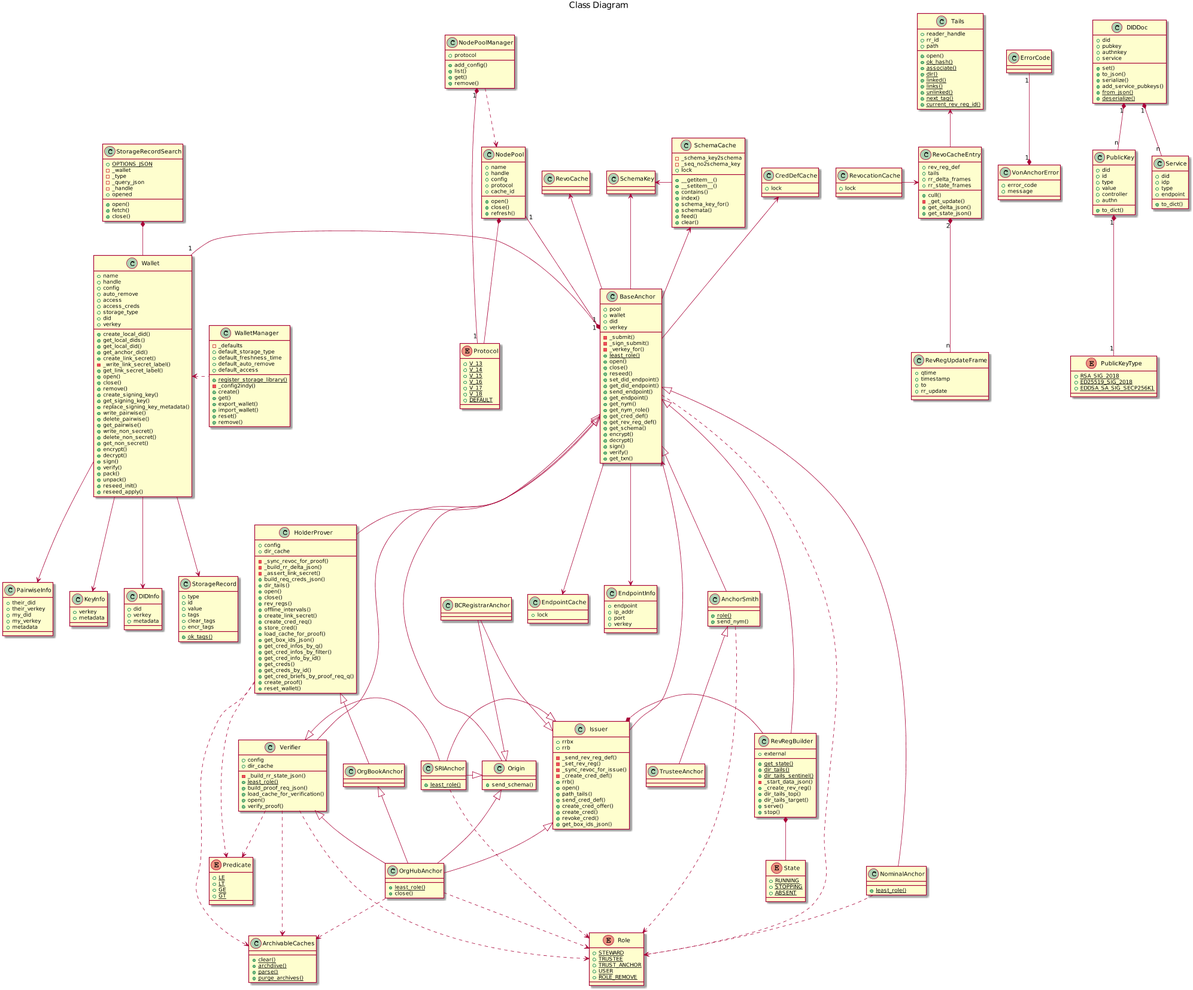
The PlantUML diagram docs/source/pic/class.png in PSPC-SPAC-buyandsell/von_anchor, before a commit.
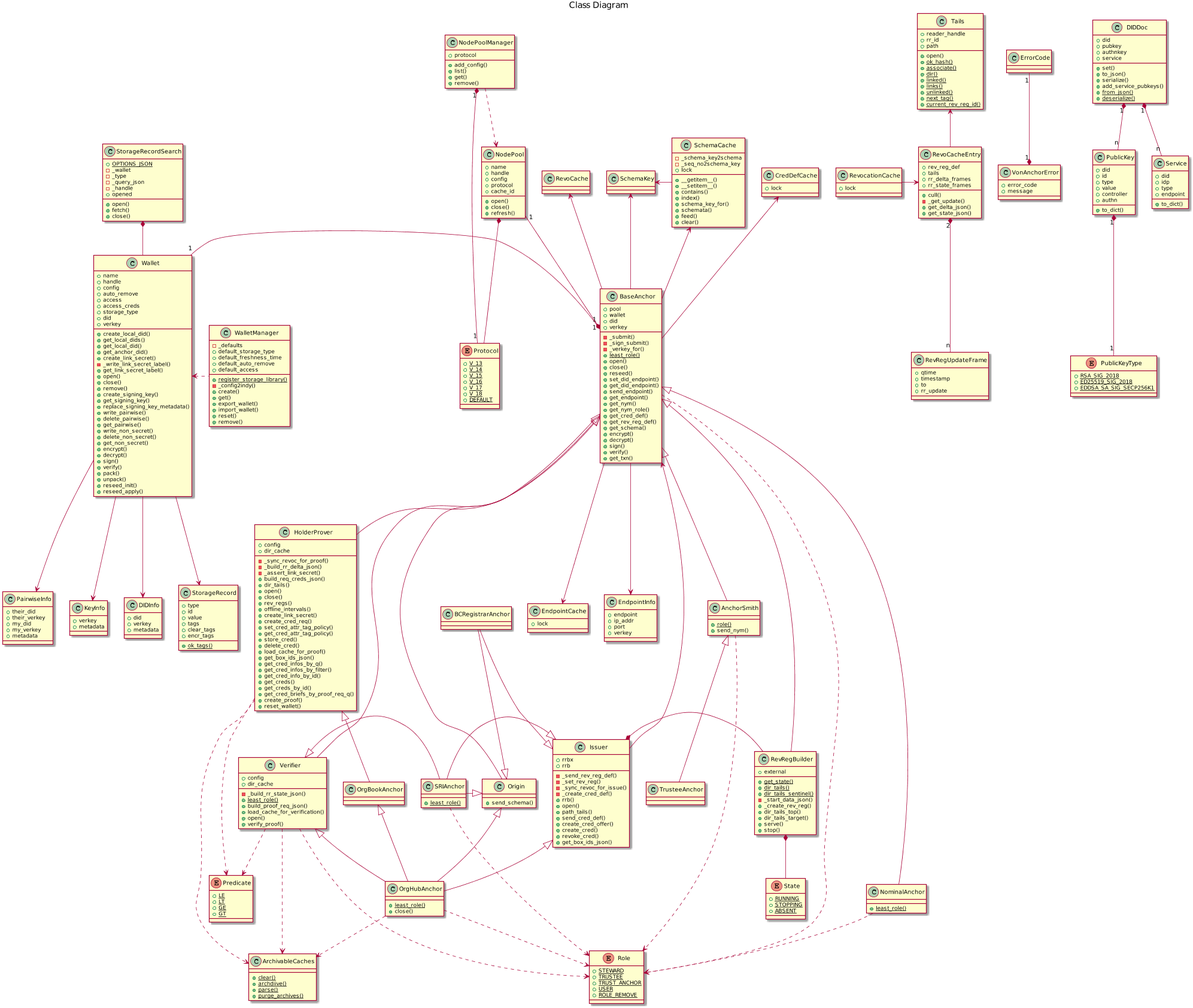
The same diagram one commit later.

Commit message:
Support cred deletion, cred attr tag policy, W3C DID Doc v0.12

The edit, as a diff of the source:
```diff
@@ -315,7 +315,10 @@
     +offline_intervals()
     +create_link_secret()
     +create_cred_req()
+    +set_cred_attr_tag_policy()
+    +get_cred_attr_tag_policy()
     +store_cred()
+    +delete_cred()
     +load_cache_for_proof()
     +get_box_ids_json()
     +get_cred_infos_by_q()
```
